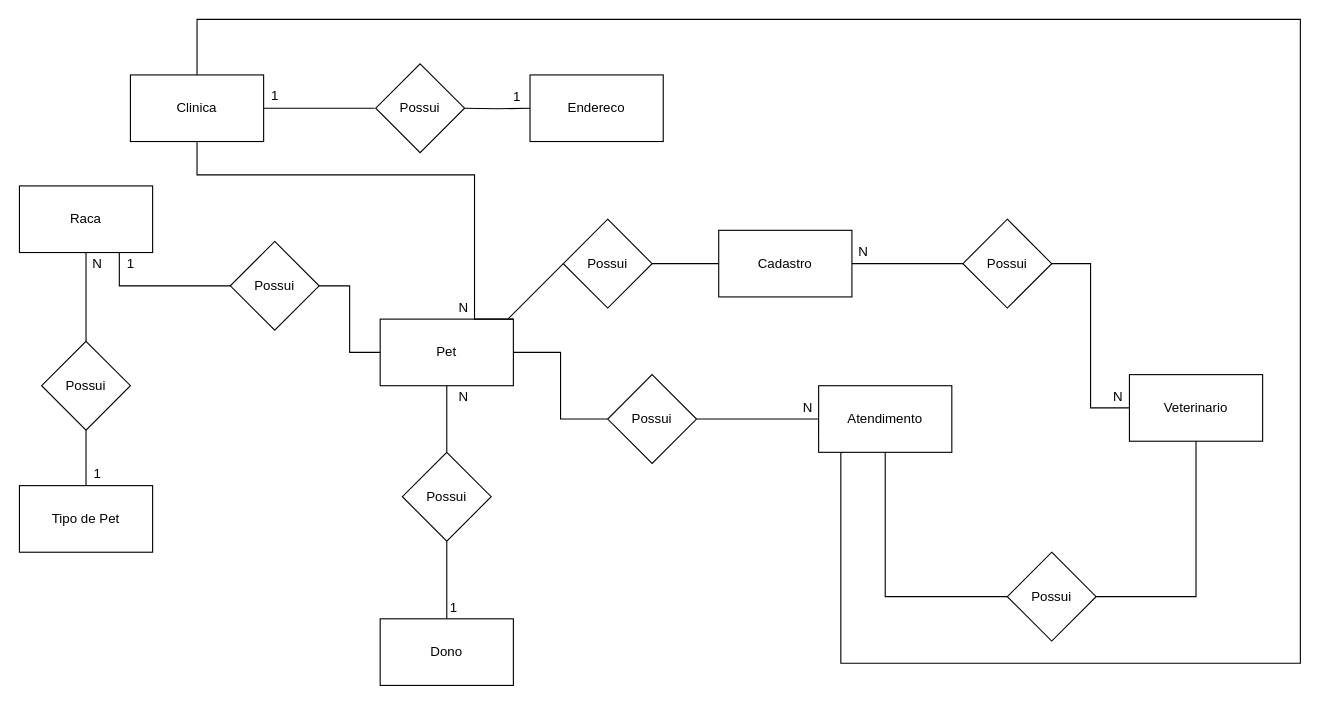
Before: page "conceitual" (1 of 2) of 1.3-exercicio-pclinics/1.3-exercicio-pclinics.drawio in oliveira-joao/senai_sprint_1bd, a draw.io diagram. Source tidied: cells renumbered, new cells numbered last; positions are measured from the earlier drawing's top-left corner, leaving out a move shared by most shapes. Both pictures are drawn from the tidied source at 111%, with x=0, y=0 at pixel (19, 19).
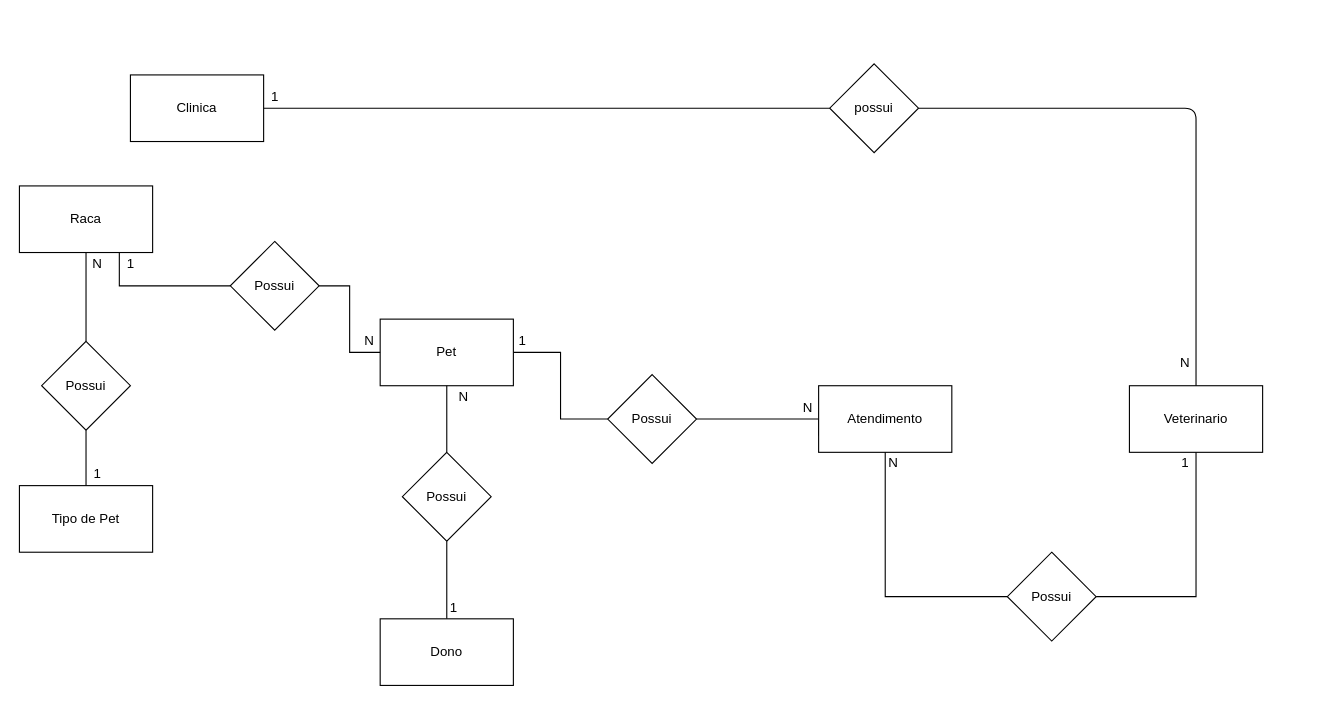
Above is the later version.

Unchanged cells that the change refers to:
```xml
<mxCell id="3" value="Pet" style="rounded=0;whiteSpace=wrap;html=1;" parent="1" vertex="1">
  <mxGeometry x="325" y="270" width="120" height="60" as="geometry" />
</mxCell>
<mxCell id="26" value="Clinica" style="whiteSpace=wrap;html=1;" parent="1" vertex="1">
  <mxGeometry x="100" y="50" width="120" height="60" as="geometry" />
</mxCell>
<mxCell id="32" value="Atendimento" style="whiteSpace=wrap;html=1;rounded=0;" parent="1" vertex="1">
  <mxGeometry x="720" y="330" width="120" height="60" as="geometry" />
</mxCell>
```

Change to the diagram source:
```diff
@@
-    <mxCell id="4" style="endArrow=none;html=1;" parent="1" edge="1">
-      <mxGeometry relative="1" as="geometry">
-        <mxPoint x="440" y="270" as="sourcePoint" />
-        <mxPoint x="490" y="220" as="targetPoint" />
-      </mxGeometry>
-    </mxCell>
-    <mxCell id="5" style="edgeStyle=orthogonalEdgeStyle;rounded=0;jettySize=auto;html=1;endArrow=none;endFill=0;" parent="1" edge="1" source="6" target="8">
-      <mxGeometry relative="1" as="geometry" />
-    </mxCell>
-    <mxCell id="6" value="Possui" style="rhombus;whiteSpace=wrap;html=1;" parent="1" vertex="1">
-      <mxGeometry x="490" y="180" width="80" height="80" as="geometry" />
-    </mxCell>
-    <mxCell id="7" style="edgeStyle=orthogonalEdgeStyle;rounded=0;jettySize=auto;html=1;endArrow=none;endFill=0;" parent="1" edge="1" source="8" target="10">
-      <mxGeometry relative="1" as="geometry" />
-    </mxCell>
-    <mxCell id="8" value="Cadastro" style="whiteSpace=wrap;html=1;" parent="1" vertex="1">
-      <mxGeometry x="630" y="190" width="120" height="60" as="geometry" />
-    </mxCell>
-    <mxCell id="9" style="edgeStyle=orthogonalEdgeStyle;rounded=0;jettySize=auto;html=1;entryX=0;entryY=0.5;entryDx=0;entryDy=0;endArrow=none;endFill=0;" parent="1" edge="1" source="10" target="11">
-      <mxGeometry relative="1" as="geometry" />
-    </mxCell>
-    <mxCell id="10" value="Possui" style="rhombus;whiteSpace=wrap;html=1;" parent="1" vertex="1">
-      <mxGeometry x="850" y="180" width="80" height="80" as="geometry" />
-    </mxCell>
     <mxCell id="11" value="Veterinario" style="whiteSpace=wrap;html=1;" parent="1" vertex="1">
-      <mxGeometry x="1000" y="320" width="120" height="60" as="geometry" />
+      <mxGeometry x="1000" y="330" width="120" height="60" as="geometry" />
     </mxCell>
@@
-    <mxCell id="23" style="edgeStyle=orthogonalEdgeStyle;rounded=0;jettySize=auto;html=1;endArrow=none;endFill=0;" parent="1" edge="1" source="26">
-      <mxGeometry relative="1" as="geometry">
-        <mxPoint x="320" y="80" as="targetPoint" />
-      </mxGeometry>
-    </mxCell>
-    <mxCell id="24" style="edgeStyle=orthogonalEdgeStyle;rounded=0;jettySize=auto;html=1;entryX=1;entryY=0;entryDx=0;entryDy=0;endArrow=none;endFill=0;" parent="1" edge="1" source="26" target="3">
-      <mxGeometry relative="1" as="geometry">
-        <Array as="points">
-          <mxPoint x="160" y="140" />
-          <mxPoint x="410" y="140" />
-          <mxPoint x="410" y="270" />
-        </Array>
-      </mxGeometry>
-    </mxCell>
-    <mxCell id="25" style="edgeStyle=orthogonalEdgeStyle;rounded=0;jettySize=auto;html=1;endArrow=none;endFill=0;entryX=0.192;entryY=1;entryDx=0;entryDy=0;entryPerimeter=0;" parent="1" edge="1" source="26" target="32">
-      <mxGeometry relative="1" as="geometry">
-        <Array as="points">
-          <mxPoint x="160" />
-          <mxPoint x="1154" />
-          <mxPoint x="1154" y="580" />
-          <mxPoint x="740" y="580" />
-          <mxPoint x="740" y="390" />
-        </Array>
-      </mxGeometry>
-    </mxCell>
+    <mxCell id="48" style="edgeStyle=orthogonalEdgeStyle;rounded=1;sketch=0;jumpStyle=none;jettySize=auto;html=1;entryX=0;entryY=0.5;entryDx=0;entryDy=0;shadow=0;strokeColor=#000000;strokeWidth=1;endArrow=none;endFill=0;" parent="1" edge="1" source="26" target="51">
+      <mxGeometry relative="1" as="geometry" />
+    </mxCell>
@@
-    <mxCell id="27" style="edgeStyle=orthogonalEdgeStyle;rounded=0;jettySize=auto;html=1;endArrow=none;endFill=0;" parent="1" edge="1" target="29">
-      <mxGeometry relative="1" as="geometry">
-        <mxPoint x="400" y="80" as="sourcePoint" />
-      </mxGeometry>
-    </mxCell>
-    <mxCell id="28" value="Possui" style="rhombus;whiteSpace=wrap;html=1;" parent="1" vertex="1">
-      <mxGeometry x="321" y="40" width="80" height="80" as="geometry" />
-    </mxCell>
-    <mxCell id="29" value="Endereco" style="whiteSpace=wrap;html=1;" parent="1" vertex="1">
-      <mxGeometry x="460" y="50" width="120" height="60" as="geometry" />
-    </mxCell>
@@
-    <mxCell id="36" value="1" style="text;html=1;align=center;verticalAlign=middle;" parent="1" vertex="1">
-      <mxGeometry x="438" y="60" width="20" height="20" as="geometry" />
-    </mxCell>
     <mxCell id="37" value="1" style="text;html=1;align=center;verticalAlign=middle;" parent="1" vertex="1">
-      <mxGeometry x="220" y="59" width="20" height="20" as="geometry" />
+      <mxGeometry x="220" y="60" width="20" height="20" as="geometry" />
     </mxCell>
-    <mxCell id="38" value="N" style="text;html=1;strokeColor=none;fillColor=none;align=center;verticalAlign=middle;whiteSpace=wrap;rounded=0;" parent="1" vertex="1">
-      <mxGeometry x="970" y="330" width="40" height="20" as="geometry" />
-    </mxCell>
@@
-    <mxCell id="41" value="N" style="text;html=1;align=center;verticalAlign=middle;" parent="1" vertex="1">
-      <mxGeometry x="750" y="200" width="20" height="20" as="geometry" />
-    </mxCell>
-    <mxCell id="42" value="N" style="text;html=1;align=center;verticalAlign=middle;" parent="1" vertex="1">
-      <mxGeometry x="390" y="250" width="20" height="20" as="geometry" />
-    </mxCell>
@@
+    <mxCell id="49" value="N" style="text;html=1;align=center;verticalAlign=middle;" parent="1" vertex="1">
+      <mxGeometry x="1040" y="300" width="20" height="20" as="geometry" />
+    </mxCell>
+    <mxCell id="50" style="edgeStyle=orthogonalEdgeStyle;rounded=1;sketch=0;jumpStyle=none;jettySize=auto;html=1;shadow=0;strokeColor=#000000;strokeWidth=1;endArrow=none;endFill=0;" parent="1" edge="1" source="51" target="11">
+      <mxGeometry relative="1" as="geometry" />
+    </mxCell>
+    <mxCell id="51" value="possui" style="rhombus;whiteSpace=wrap;html=1;" parent="1" vertex="1">
+      <mxGeometry x="730" y="40" width="80" height="80" as="geometry" />
+    </mxCell>
+    <mxCell id="52" value="N" style="text;html=1;align=center;verticalAlign=middle;" parent="1" vertex="1">
+      <mxGeometry x="777" y="390" width="20" height="20" as="geometry" />
+    </mxCell>
+    <mxCell id="53" value="1" style="text;html=1;align=center;verticalAlign=middle;" parent="1" vertex="1">
+      <mxGeometry x="1040" y="390" width="20" height="20" as="geometry" />
+    </mxCell>
+    <mxCell id="54" value="1" style="text;html=1;align=center;verticalAlign=middle;" parent="1" vertex="1">
+      <mxGeometry x="443" y="280" width="20" height="20" as="geometry" />
+    </mxCell>
+    <mxCell id="55" value="N" style="text;html=1;align=center;verticalAlign=middle;" parent="1" vertex="1">
+      <mxGeometry x="305" y="280" width="20" height="20" as="geometry" />
+    </mxCell>
```
